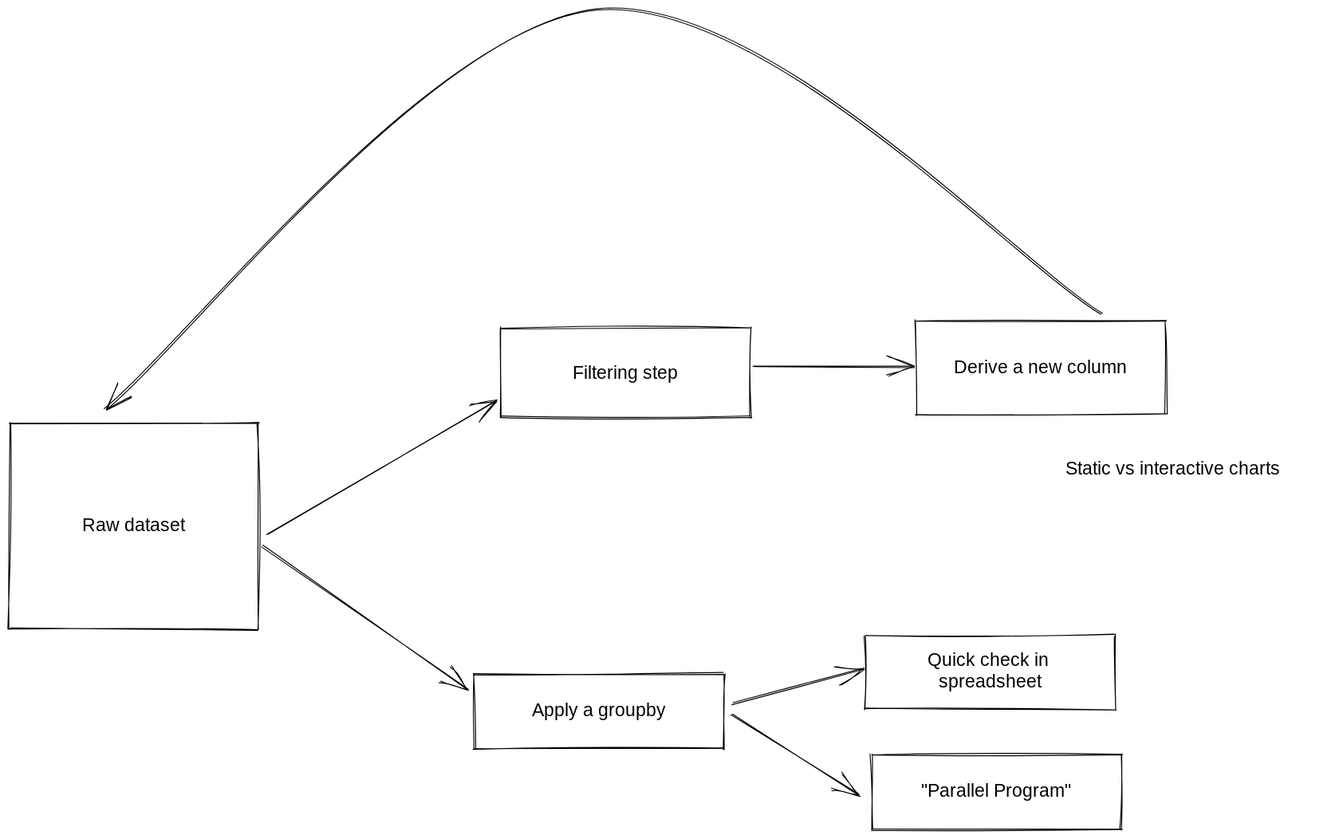
This is diagrams/1_sample-diagram.excalidraw.svg from hydrosquall/bridging-the-code-click-gap, a Excalidraw export, as it was before one commit. Source tidied: one line per element, renumbered; positions are measured from the earlier drawing's top-left corner, leaving out a move shared by most shapes.
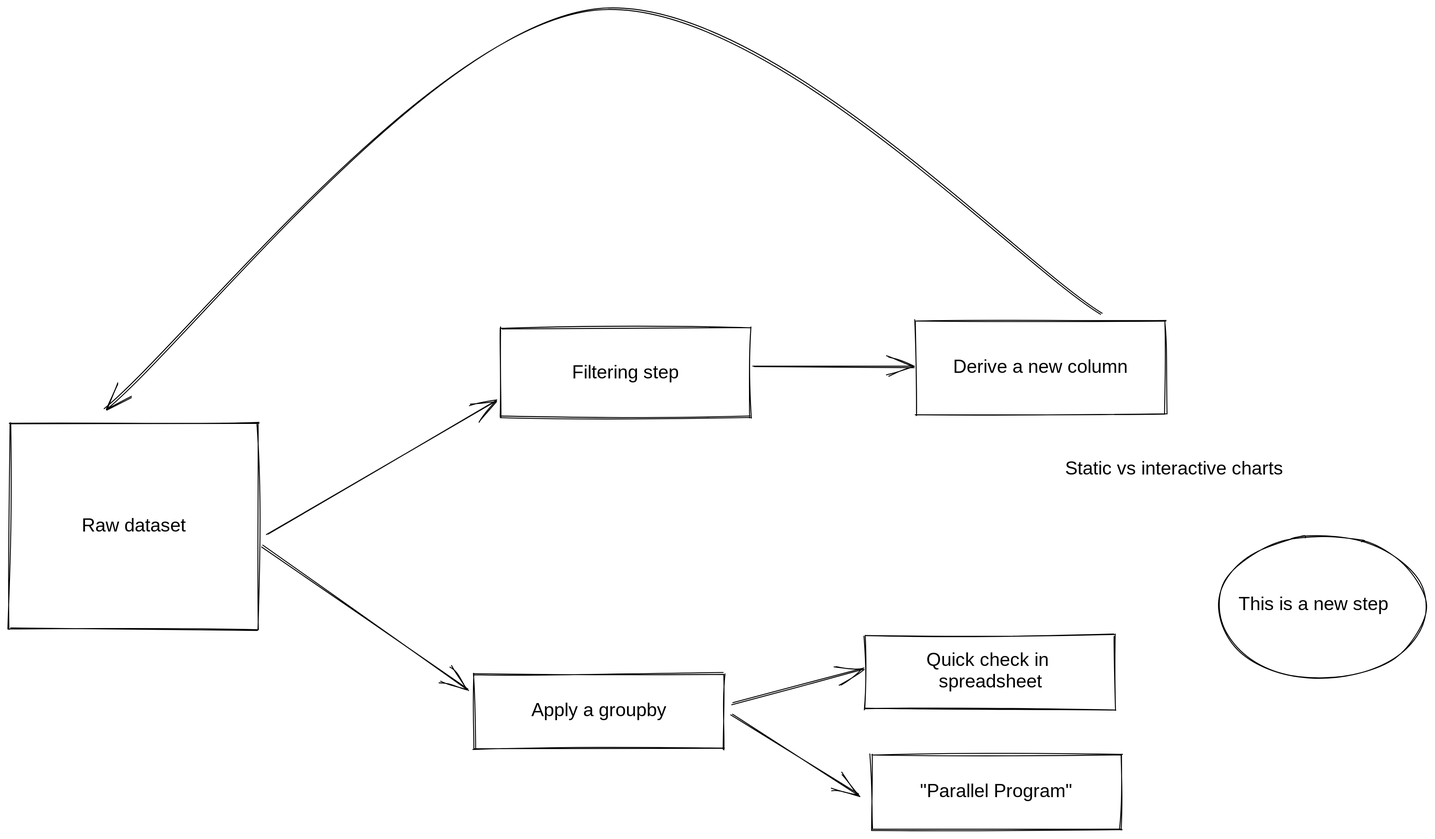
Later version of the same file.

Commit message:
These are some test drawing edits

Diff of the diagram source:
```diff
@@ -17,3 +17,5 @@
 {"id": 16, "type": "rectangle", "strokeColor": "#000000", "strokeWidth": 1, "roughness": 1, "x": 926, "y": 800, "width": 268, "height": 80}
 {"id": 17, "type": "text", "text": "\"Parallel Program\"", "strokeColor": "#000000", "strokeWidth": 1, "roughness": 1, "fontSize": 20, "fontFamily": 1, "textAlign": "center", "verticalAlign": "middle", "inside": 16, "x": 931, "y": 828, "width": 258, "height": 23}
 {"id": 18, "type": "arrow", "strokeColor": "#000000", "strokeWidth": 1, "roughness": 1, "endArrowhead": "arrow", "from": 10, "to": 16, "x": 775, "y": 757, "width": 135, "height": 86, "points": [[0, 0], [135, 86]]}
+{"id": 19, "type": "ellipse", "strokeColor": "#000000", "strokeWidth": 1, "roughness": 1, "x": 1298, "y": 565, "width": 222, "height": 154}
+{"id": 20, "type": "text", "text": "This is a new step", "strokeColor": "#000000", "strokeWidth": 1, "roughness": 1, "fontSize": 20, "fontFamily": 1, "x": 1320, "y": 627, "width": 186, "height": 25}
```
